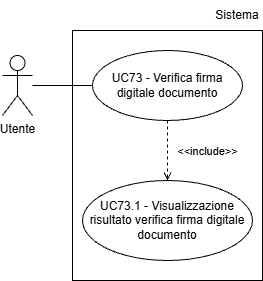
The draw.io diagram assets/Use_Case_Diagrams/UC73.png in Team-Three-Technologies/Documenti, before a commit. Source tidied: cells renumbered, new cells last; positions are measured from the earlier drawing's top-left corner, leaving out a move shared by most shapes.
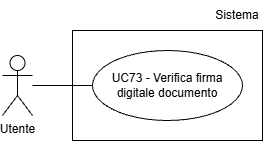
The same diagram one commit later.

What changed in the source:
```diff
@@ -13,14 +13,8 @@
     <mxCell id="4" value="UC73 - Verifica firma digitale documento" style="ellipse;whiteSpace=wrap;html=1;" parent="1" vertex="1">
       <mxGeometry x="90" y="50" width="150" height="70" as="geometry" />
     </mxCell>
-    <mxCell id="5" value="UC73.1 - Visualizzazione risultato verifica firma digitale documento" style="ellipse;whiteSpace=wrap;html=1;" parent="1" vertex="1">
-      <mxGeometry x="80" y="180" width="170" height="80" as="geometry" />
-    </mxCell>
-    <mxCell id="6" value="&amp;lt;&amp;lt;include&amp;gt;&amp;gt;" style="html=1;verticalAlign=bottom;labelBackgroundColor=none;endArrow=open;endFill=0;dashed=1;rounded=0;exitX=0.5;exitY=1;exitDx=0;exitDy=0;entryX=0.5;entryY=0;entryDx=0;entryDy=0;" parent="1" edge="1" source="4" target="5">
-      <mxGeometry x="0.33" y="40" relative="1" as="geometry" />
-    </mxCell>
     <mxCell id="7" style="rounded=0;whiteSpace=wrap;html=1;fillColor=none;" parent="1" vertex="1">
-      <mxGeometry x="70" y="30" width="190" height="250" as="geometry" />
+      <mxGeometry x="70" y="30" width="190" height="110" as="geometry" />
     </mxCell>
     <mxCell id="8" value="Sistema" style="text;html=1;whiteSpace=wrap;strokeColor=none;fillColor=none;align=center;verticalAlign=middle;rounded=0;" parent="1" vertex="1">
       <mxGeometry x="210" width="50" height="30" as="geometry" />
```
